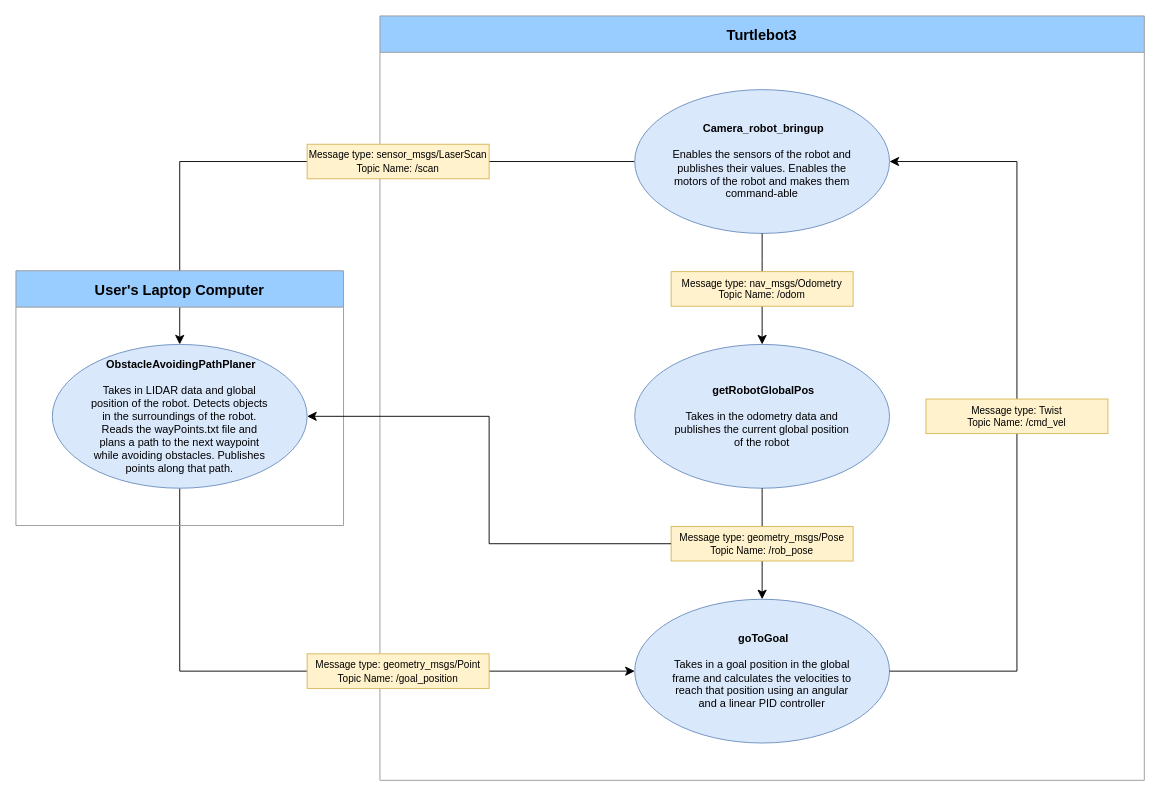
Before: page "Concept 3" (3 of 3) of Lab4/Lab4_diagram.drawio in hcarius3/ME7785_RoboticsResearch, a draw.io diagram. Source tidied: cells renumbered, new cells numbered last; positions are measured from the earlier drawing's top-left corner, leaving out a move shared by most shapes. Both pictures are drawn from the tidied source at 91%, with x=0, y=0 at pixel (15, 15).
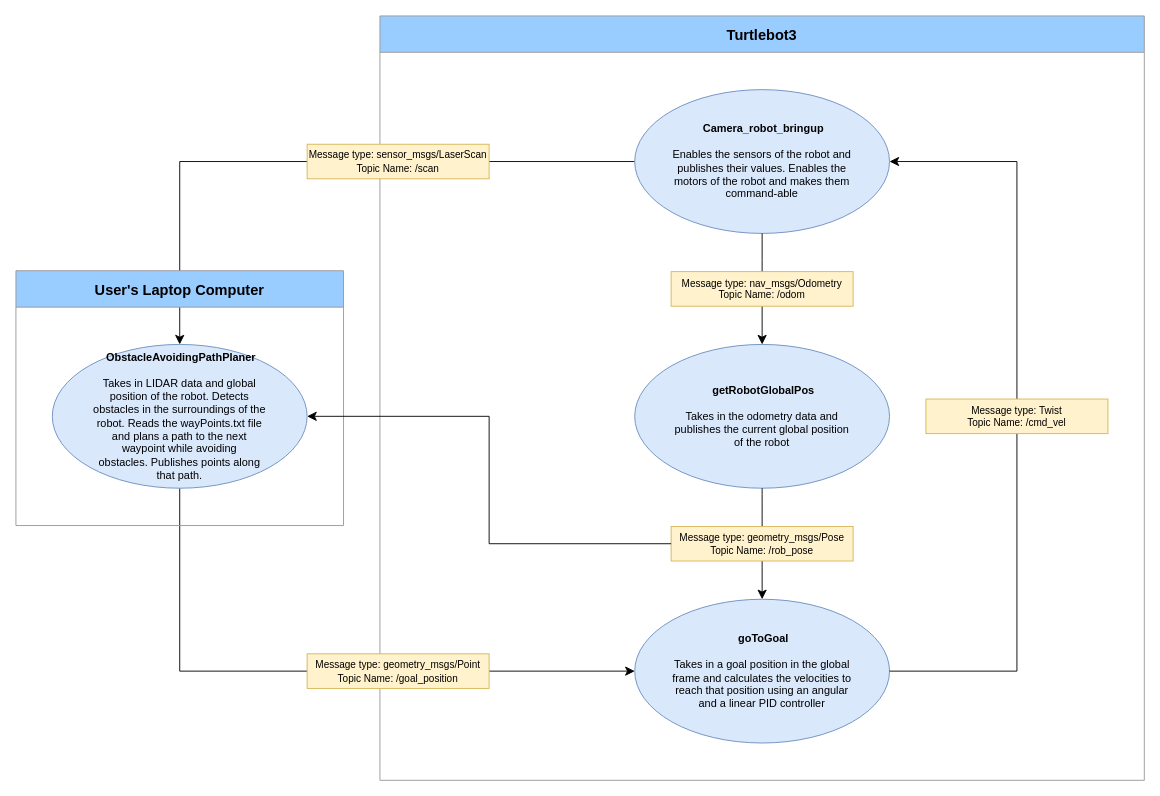
The same page after the edit.

Unchanged cells that the change refers to:
```xml
<mxCell id="16" value="User's Laptop Computer" style="swimlane;startSize=40;horizontal=1;containerType=tree;newEdgeStyle={&quot;edgeStyle&quot;:&quot;elbowEdgeStyle&quot;,&quot;startArrow&quot;:&quot;none&quot;,&quot;endArrow&quot;:&quot;none&quot;};fillColor=#99CCFF;fontSize=16;strokeColor=#999999;" parent="1" vertex="1">
  <mxGeometry y="280" width="360" height="280" as="geometry" />
</mxCell>
```

The edit, as a diff of the source:
```diff
@@
-    <mxCell id="17" value="&lt;blockquote&gt;&lt;div&gt;&lt;b&gt;&amp;nbsp;ObstacleAvoidingPathPlaner&lt;/b&gt;&lt;/div&gt;&lt;div&gt;&lt;br&gt;Takes in LIDAR data and global position of the robot. Detects objects in the surroundings of the robot. Reads the wayPoints.txt file and plans a path to the next waypoint while avoiding obstacles.&amp;nbsp;Publishes points along that path.&lt;/div&gt;&lt;/blockquote&gt;" style="ellipse;whiteSpace=wrap;html=1;fillColor=#dae8fc;strokeColor=#6c8ebf;" parent="16" vertex="1">
+    <mxCell id="17" value="&lt;blockquote&gt;&lt;div&gt;&lt;b&gt;&amp;nbsp;ObstacleAvoidingPathPlaner&lt;/b&gt;&lt;/div&gt;&lt;div&gt;&lt;br&gt;Takes in LIDAR data and global position of the robot. Detects obstacles in the surroundings of the robot. Reads the wayPoints.txt file and plans a path to the next waypoint while avoiding obstacles.&amp;nbsp;Publishes points along that path.&lt;/div&gt;&lt;/blockquote&gt;" style="ellipse;whiteSpace=wrap;html=1;fillColor=#dae8fc;strokeColor=#6c8ebf;" parent="16" vertex="1">
       <mxGeometry x="40" y="81" width="280" height="158" as="geometry" />
     </mxCell>
```
